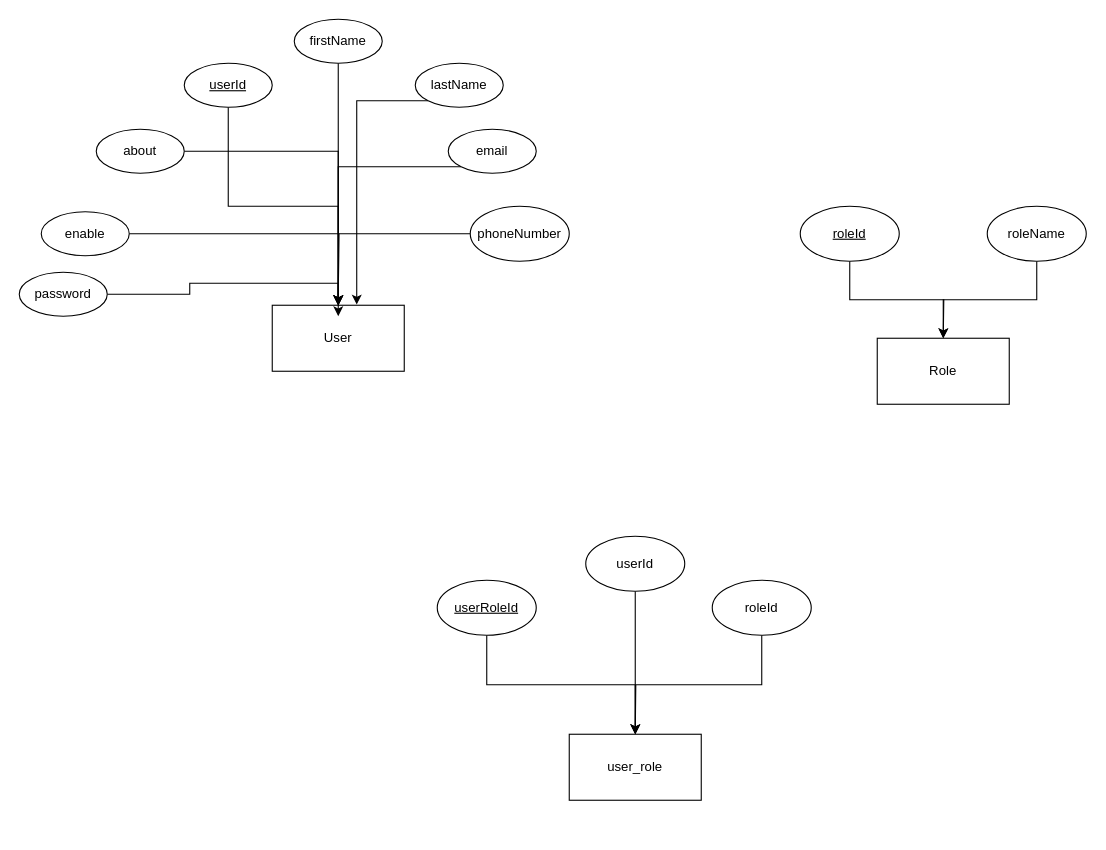
This is quizmenia model/quizApplication.drawio from harshitg123/quizmenia, a draw.io file, before an edit. Source tidied: cells renumbered, new cells numbered last; positions are measured from the earlier drawing's top-left corner, leaving out a move shared by most shapes. Both pictures are drawn from the tidied source at 110%, with x=0, y=0 at pixel (19, 19).
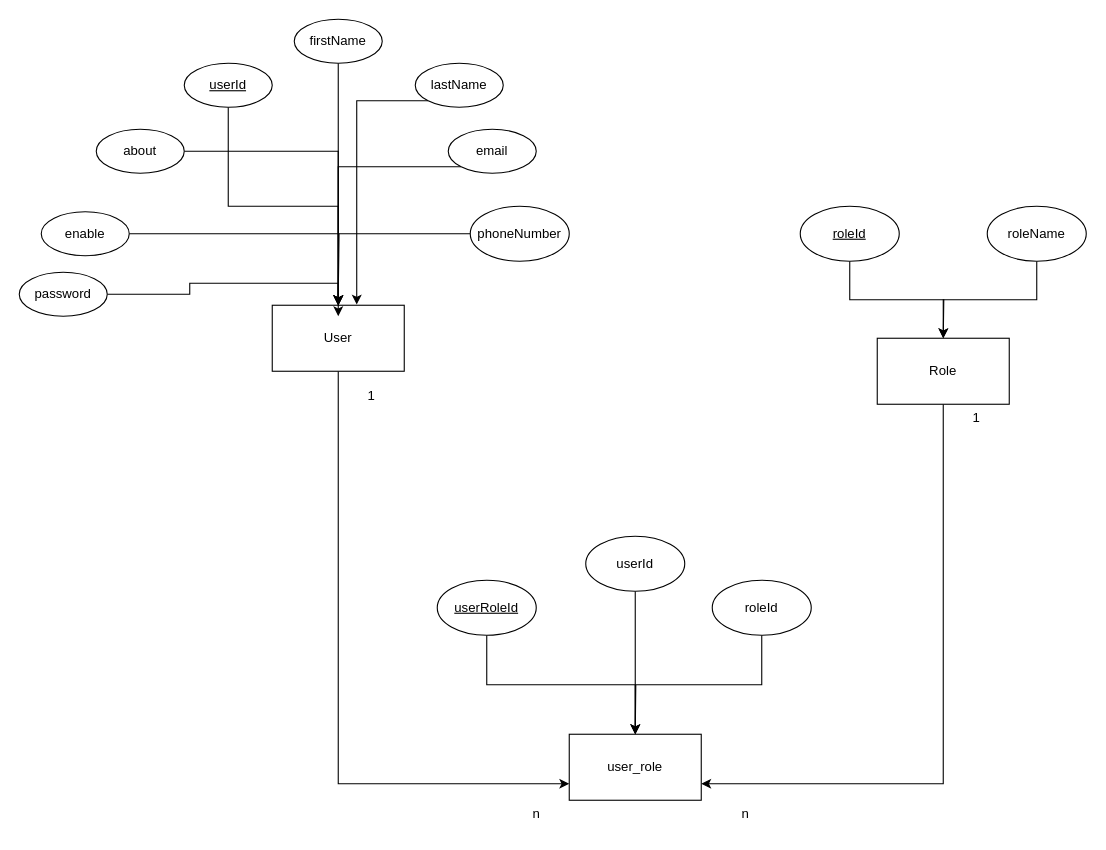
The same page after the edit.

Unchanged cells that the change refers to:
```xml
<mxCell id="2" value="User" style="rounded=0;whiteSpace=wrap;html=1;" parent="1" vertex="1">
  <mxGeometry x="230" y="260" width="120" height="60" as="geometry" />
</mxCell>
<mxCell id="19" value="Role" style="rounded=0;whiteSpace=wrap;html=1;" parent="1" vertex="1">
  <mxGeometry x="780" y="290" width="120" height="60" as="geometry" />
</mxCell>
<mxCell id="24" value="user_role" style="rounded=0;whiteSpace=wrap;html=1;" parent="1" vertex="1">
  <mxGeometry x="500" y="650" width="120" height="60" as="geometry" />
</mxCell>
```

Diff of the diagram source:
```diff
@@
+    <mxCell id="31" style="edgeStyle=orthogonalEdgeStyle;rounded=0;jettySize=auto;html=1;exitX=0.5;exitY=1;exitDx=0;exitDy=0;entryX=0;entryY=0.75;entryDx=0;entryDy=0;" parent="1" edge="1" source="2" target="24">
+      <mxGeometry relative="1" as="geometry" />
+    </mxCell>
@@
+    <mxCell id="32" style="edgeStyle=orthogonalEdgeStyle;rounded=0;jettySize=auto;html=1;exitX=0.5;exitY=1;exitDx=0;exitDy=0;entryX=1;entryY=0.75;entryDx=0;entryDy=0;" parent="1" edge="1" source="19" target="24">
+      <mxGeometry relative="1" as="geometry" />
+    </mxCell>
@@
+    <mxCell id="33" value="1" style="text;html=1;align=center;verticalAlign=middle;strokeColor=none;fillColor=none;" parent="1" vertex="1">
+      <mxGeometry x="305" y="328" width="30" height="30" as="geometry" />
+    </mxCell>
+    <mxCell id="34" value="n" style="text;html=1;align=center;verticalAlign=middle;strokeColor=none;fillColor=none;" parent="1" vertex="1">
+      <mxGeometry x="455" y="708" width="30" height="30" as="geometry" />
+    </mxCell>
+    <mxCell id="35" value="1" style="text;html=1;align=center;verticalAlign=middle;strokeColor=none;fillColor=none;" parent="1" vertex="1">
+      <mxGeometry x="855" y="348" width="30" height="30" as="geometry" />
+    </mxCell>
+    <mxCell id="36" value="n&lt;br&gt;" style="text;html=1;align=center;verticalAlign=middle;strokeColor=none;fillColor=none;" parent="1" vertex="1">
+      <mxGeometry x="645" y="708" width="30" height="30" as="geometry" />
+    </mxCell>
```
